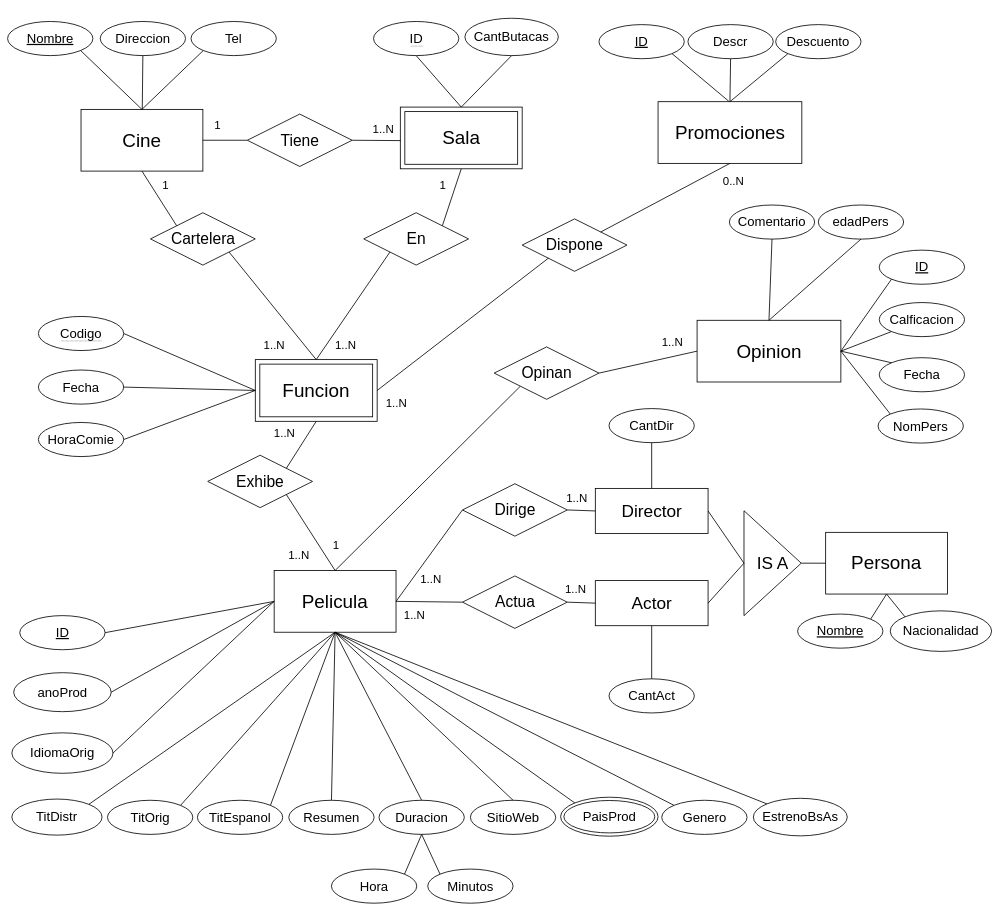
The draw.io diagram Diagramm.drawio in AlvaroDebernardi/FinalBD, before the edit. Source tidied: cells renumbered, new cells numbered last; positions are measured from the earlier drawing's top-left corner, leaving out a move shared by most shapes. Both pictures are drawn from the tidied source at 41%, with x=0, y=0 at pixel (7, 18).
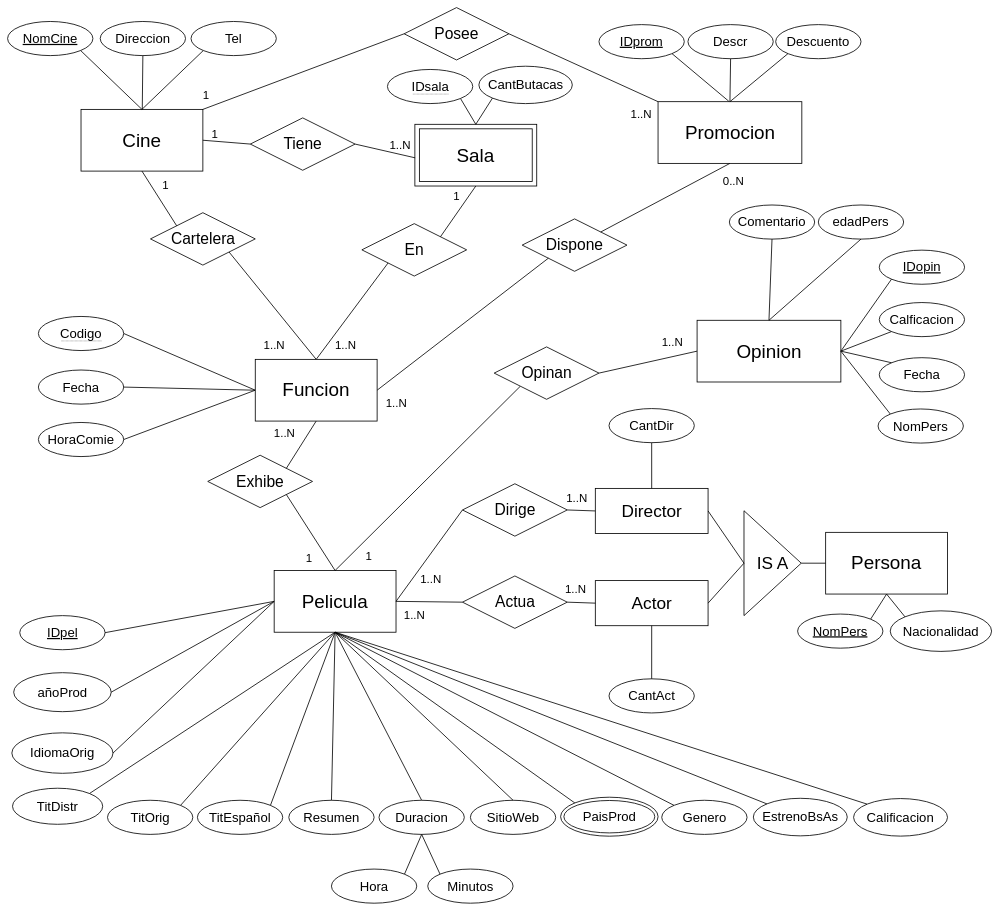
Above is the later version.

Unchanged cells that the change refers to:
```xml
<mxCell id="3" value="&lt;font&gt;Pelicula&lt;/font&gt;" style="rounded=0;whiteSpace=wrap;html=1;fontColor=#000000;labelBackgroundColor=#FFFFFF;strokeColor=#000000;fillColor=#FFFFFF;fontSize=46;strokeWidth=2;" parent="1" vertex="1">
  <mxGeometry x="650.2" y="1347" width="297.2" height="150.5" as="geometry" />
</mxCell>
<mxCell id="22" value="&lt;font&gt;Cine&lt;/font&gt;" style="rounded=0;whiteSpace=wrap;html=1;fontColor=#000000;labelBackgroundColor=#FFFFFF;strokeColor=#000000;fillColor=#FFFFFF;fontSize=46;strokeWidth=2;" parent="1" vertex="1">
  <mxGeometry x="179.1" y="222.3" width="297.2" height="150.5" as="geometry" />
</mxCell>
```

What changed in the source:
```diff
@@
-    <mxCell id="8" value="&lt;font&gt;anoProd&lt;/font&gt;" style="ellipse;whiteSpace=wrap;html=1;fontSize=32;fontColor=#000000;labelBackgroundColor=#FFFFFF;strokeColor=#000000;fillColor=#FFFFFF;strokeWidth=2;" parent="1" vertex="1">
+    <mxCell id="8" value="&lt;font&gt;añoProd&lt;/font&gt;" style="ellipse;whiteSpace=wrap;html=1;fontSize=32;fontColor=#000000;labelBackgroundColor=#FFFFFF;strokeColor=#000000;fillColor=#FFFFFF;strokeWidth=2;" parent="1" vertex="1">
       <mxGeometry x="14.9" y="1596.2" width="237.8" height="95.1" as="geometry" />
     </mxCell>
-    <mxCell id="9" value="&lt;font&gt;TitEspanol&lt;/font&gt;" style="ellipse;whiteSpace=wrap;html=1;fontSize=32;fontColor=#000000;labelBackgroundColor=#FFFFFF;strokeColor=#000000;fillColor=#FFFFFF;strokeWidth=2;" parent="1" vertex="1">
+    <mxCell id="9" value="&lt;font&gt;TitEspañol&lt;/font&gt;" style="ellipse;whiteSpace=wrap;html=1;fontSize=32;fontColor=#000000;labelBackgroundColor=#FFFFFF;strokeColor=#000000;fillColor=#FFFFFF;strokeWidth=2;" parent="1" vertex="1">
       <mxGeometry x="463" y="1907.4" width="208.1" height="83.2" as="geometry" />
     </mxCell>
@@
-    <mxCell id="14" value="&lt;font&gt;ID&lt;/font&gt;" style="ellipse;whiteSpace=wrap;html=1;fontSize=32;fontColor=#000000;labelBackgroundColor=#FFFFFF;strokeColor=#000000;fillColor=#FFFFFF;fontStyle=4;strokeWidth=2;" parent="1" vertex="1">
+    <mxCell id="14" value="&lt;font&gt;IDpel&lt;/font&gt;" style="ellipse;whiteSpace=wrap;html=1;fontSize=32;fontColor=#000000;labelBackgroundColor=#FFFFFF;strokeColor=#000000;fillColor=#FFFFFF;fontStyle=4;strokeWidth=2;" parent="1" vertex="1">
       <mxGeometry x="29.7" y="1457" width="208.1" height="83.2" as="geometry" />
     </mxCell>
     <mxCell id="15" value="&lt;font&gt;TitDistr&lt;/font&gt;" style="ellipse;whiteSpace=wrap;html=1;fontSize=32;fontColor=#000000;labelBackgroundColor=#FFFFFF;strokeColor=#000000;fillColor=#FFFFFF;strokeWidth=2;" parent="1" vertex="1">
-      <mxGeometry x="10.4" y="1904.4" width="220" height="88" as="geometry" />
+      <mxGeometry x="12" y="1878" width="220" height="88" as="geometry" />
     </mxCell>
@@
-    <mxCell id="20" value="&lt;font&gt;&lt;u&gt;Nombre&lt;/u&gt;&lt;/font&gt;" style="ellipse;whiteSpace=wrap;html=1;fontSize=32;fontColor=#000000;labelBackgroundColor=#FFFFFF;strokeColor=#000000;fillColor=#FFFFFF;strokeWidth=2;" parent="1" vertex="1">
+    <mxCell id="20" value="&lt;font&gt;&lt;u&gt;NomPers&lt;/u&gt;&lt;/font&gt;" style="ellipse;whiteSpace=wrap;html=1;fontSize=32;fontColor=#000000;labelBackgroundColor=#FFFFFF;strokeColor=#000000;fillColor=#FFFFFF;strokeWidth=2;" parent="1" vertex="1">
       <mxGeometry x="1926.9" y="1453.2" width="208.1" height="83.2" as="geometry" />
     </mxCell>
@@
     <mxCell id="23" value="&lt;font&gt;Tiene&lt;/font&gt;" style="shape=rhombus;perimeter=rhombusPerimeter;whiteSpace=wrap;html=1;align=center;fontColor=#000000;labelBackgroundColor=#FFFFFF;fillColor=#FFFFFF;strokeColor=#000000;fontSize=38;strokeWidth=2;" parent="1" vertex="1">
-      <mxGeometry x="584.8" y="233.7" width="255.6" height="127.8" as="geometry" />
+      <mxGeometry x="592" y="243" width="255.6" height="127.8" as="geometry" />
     </mxCell>
@@
-    <mxCell id="26" value="&lt;font&gt;Promociones&lt;/font&gt;" style="rounded=0;whiteSpace=wrap;html=1;fontColor=#000000;labelBackgroundColor=#FFFFFF;strokeColor=#000000;fillColor=#FFFFFF;fontSize=46;strokeWidth=2;" parent="1" vertex="1">
+    <mxCell id="26" value="&lt;font&gt;Promocion&lt;/font&gt;" style="rounded=0;whiteSpace=wrap;html=1;fontColor=#000000;labelBackgroundColor=#FFFFFF;strokeColor=#000000;fillColor=#FFFFFF;fontSize=46;strokeWidth=2;" parent="1" vertex="1">
       <mxGeometry x="1586.5" y="203.5" width="350.7" height="150.5" as="geometry" />
     </mxCell>
@@
     <mxCell id="29" value="&lt;font&gt;CantButacas&lt;/font&gt;" style="ellipse;whiteSpace=wrap;html=1;fontSize=32;fontColor=#000000;labelBackgroundColor=#FFFFFF;strokeColor=#000000;fillColor=#FFFFFF;strokeWidth=2;" parent="1" vertex="1">
-      <mxGeometry x="1115.4" width="227.9" height="91.2" as="geometry" />
+      <mxGeometry x="1149.5" y="117" width="227.9" height="91.2" as="geometry" />
     </mxCell>
-    <mxCell id="30" value="Nombre" style="ellipse;whiteSpace=wrap;html=1;fontSize=32;fontColor=#000000;labelBackgroundColor=#FFFFFF;strokeColor=#000000;fillColor=#FFFFFF;fontStyle=4;strokeWidth=2;" parent="1" vertex="1">
+    <mxCell id="30" value="NomCine" style="ellipse;whiteSpace=wrap;html=1;fontSize=32;fontColor=#000000;labelBackgroundColor=#FFFFFF;strokeColor=#000000;fillColor=#FFFFFF;fontStyle=4;strokeWidth=2;" parent="1" vertex="1">
       <mxGeometry y="7.9" width="208.1" height="83.2" as="geometry" />
     </mxCell>
@@
     <mxCell id="32" value="&lt;font style=&quot;color: rgb(0, 0, 0);&quot;&gt;Sala&lt;/font&gt;" style="shape=ext;margin=8;double=1;whiteSpace=wrap;html=1;align=center;fillColor=#FFFFFF;strokeColor=#000000;fontColor=#000000;fontSize=46;strokeWidth=2;" parent="1" vertex="1">
-      <mxGeometry x="957.9" y="216.7" width="297.2" height="150.5" as="geometry" />
+      <mxGeometry x="993.4" y="258.7" width="297.2" height="150.5" as="geometry" />
     </mxCell>
@@
-    <mxCell id="40" value="&lt;font&gt;ID&lt;/font&gt;" style="ellipse;whiteSpace=wrap;html=1;fontSize=32;fontColor=#000000;labelBackgroundColor=#FFFFFF;strokeColor=#000000;fillColor=#FFFFFF;fontStyle=4;strokeWidth=2;" parent="1" vertex="1">
+    <mxCell id="40" value="&lt;font&gt;IDopin&lt;/font&gt;" style="ellipse;whiteSpace=wrap;html=1;fontSize=32;fontColor=#000000;labelBackgroundColor=#FFFFFF;strokeColor=#000000;fillColor=#FFFFFF;fontStyle=4;strokeWidth=2;" parent="1" vertex="1">
       <mxGeometry x="2126" y="565.6" width="208.1" height="83.2" as="geometry" />
     </mxCell>
@@
     <mxCell id="46" value="1..N" style="text;html=1;align=center;verticalAlign=middle;strokeColor=none;fillColor=none;fontColor=#000000;fontSize=28;strokeWidth=2;" parent="1" vertex="1">
-      <mxGeometry x="881.5" y="247" width="68" height="46" as="geometry" />
+      <mxGeometry x="923" y="287" width="68" height="46" as="geometry" />
     </mxCell>
     <mxCell id="47" value="1" style="text;html=1;align=center;verticalAlign=middle;strokeColor=none;fillColor=none;fontColor=#000000;fontSize=28;strokeWidth=2;" parent="1" vertex="1">
-      <mxGeometry x="495" y="237" width="34" height="46" as="geometry" />
+      <mxGeometry x="488.2" y="258.7" width="34" height="46" as="geometry" />
     </mxCell>
@@
     <mxCell id="58" value="En" style="shape=rhombus;perimeter=rhombusPerimeter;whiteSpace=wrap;html=1;align=center;fontColor=#000000;labelBackgroundColor=#FFFFFF;fillColor=#FFFFFF;strokeColor=#000000;fontSize=38;strokeWidth=2;" parent="1" vertex="1">
-      <mxGeometry x="868.7" y="474.3" width="255.6" height="127.8" as="geometry" />
+      <mxGeometry x="864.1" y="501" width="255.6" height="127.8" as="geometry" />
     </mxCell>
@@
-    <mxCell id="60" value="&lt;font style=&quot;color: rgb(0, 0, 0);&quot;&gt;Funcion&lt;/font&gt;" style="shape=ext;margin=8;double=1;whiteSpace=wrap;html=1;align=center;fillColor=#FFFFFF;strokeColor=#000000;fontColor=#000000;fontSize=46;strokeWidth=2;" parent="1" vertex="1">
-      <mxGeometry x="604.2" y="832.6" width="297.2" height="150.5" as="geometry" />
-    </mxCell>
@@
     <mxCell id="68" value="1" style="text;html=1;align=center;verticalAlign=middle;strokeColor=none;fillColor=none;fontColor=#000000;fontSize=28;strokeWidth=2;" parent="1" vertex="1">
-      <mxGeometry x="1044" y="383" width="34" height="46" as="geometry" />
+      <mxGeometry x="1078" y="412" width="34" height="46" as="geometry" />
     </mxCell>
@@
-    <mxCell id="70" value="1..N" style="text;html=1;align=center;verticalAlign=middle;strokeColor=none;fillColor=none;fontColor=#000000;fontSize=28;strokeWidth=2;" parent="1" vertex="1">
-      <mxGeometry x="675.9" y="1287" width="68" height="46" as="geometry" />
-    </mxCell>
@@
     <mxCell id="80" value="1" style="text;html=1;align=center;verticalAlign=middle;strokeColor=none;fillColor=none;fontColor=#000000;fontSize=28;strokeWidth=2;" parent="1" vertex="1">
-      <mxGeometry x="784" y="1262" width="34" height="46" as="geometry" />
+      <mxGeometry x="864.1" y="1290" width="34" height="46" as="geometry" />
     </mxCell>
@@
-    <mxCell id="106" style="endArrow=none;html=1;rounded=0;strokeColor=#000000;entryX=0.5;entryY=0;entryDx=0;entryDy=0;exitX=0.5;exitY=1;exitDx=0;exitDy=0;strokeWidth=2;" parent="1" edge="1" source="116" target="32">
+    <mxCell id="106" style="endArrow=none;html=1;rounded=0;strokeColor=#000000;entryX=0.5;entryY=0;entryDx=0;entryDy=0;exitX=1;exitY=1;exitDx=0;exitDy=0;strokeWidth=2;" parent="1" edge="1" source="116" target="32">
       <mxGeometry relative="1" as="geometry" />
     </mxCell>
-    <mxCell id="107" style="endArrow=none;html=1;rounded=0;strokeColor=#000000;entryX=0.5;entryY=0;entryDx=0;entryDy=0;exitX=0.5;exitY=1;exitDx=0;exitDy=0;strokeWidth=2;" parent="1" edge="1" source="29" target="32">
+    <mxCell id="107" style="endArrow=none;html=1;rounded=0;strokeColor=#000000;entryX=0.5;entryY=0;entryDx=0;entryDy=0;exitX=0;exitY=1;exitDx=0;exitDy=0;strokeWidth=2;" parent="1" edge="1" source="29" target="32">
       <mxGeometry relative="1" as="geometry" />
     </mxCell>
@@
-    <mxCell id="116" value="&lt;span style=&quot;border-bottom: 1px dotted&quot;&gt;ID&lt;/span&gt;" style="ellipse;html=1;align=center;labelBackgroundColor=#FFFFFF;fontColor=#000000;fillColor=#FFFFFF;strokeColor=#000000;fontSize=32;strokeWidth=2;fixDash=0;whiteSpace=wrap;noLabel=0;" parent="1" vertex="1">
-      <mxGeometry x="892.5" y="7.9" width="208.1" height="83.2" as="geometry" />
+    <mxCell id="116" value="&lt;span style=&quot;border-bottom: 1px dotted&quot;&gt;IDsala&lt;/span&gt;" style="ellipse;html=1;align=center;labelBackgroundColor=#FFFFFF;fontColor=#000000;fillColor=#FFFFFF;strokeColor=#000000;fontSize=32;strokeWidth=2;fixDash=0;whiteSpace=wrap;noLabel=0;" parent="1" vertex="1">
+      <mxGeometry x="926.5" y="124.9" width="208.1" height="83.2" as="geometry" />
     </mxCell>
@@
-    <mxCell id="122" value="&lt;font&gt;ID&lt;/font&gt;" style="ellipse;whiteSpace=wrap;html=1;fontSize=32;fontColor=#000000;labelBackgroundColor=#FFFFFF;strokeColor=#000000;fillColor=#FFFFFF;fontStyle=4;strokeWidth=2;" parent="1" vertex="1">
+    <mxCell id="122" value="&lt;font&gt;IDprom&lt;/font&gt;" style="ellipse;whiteSpace=wrap;html=1;fontSize=32;fontColor=#000000;labelBackgroundColor=#FFFFFF;strokeColor=#000000;fillColor=#FFFFFF;fontStyle=4;strokeWidth=2;" parent="1" vertex="1">
       <mxGeometry x="1442.4" y="15.5" width="208.1" height="83.2" as="geometry" />
     </mxCell>
@@
+    <mxCell id="125" value="&lt;font&gt;Calificacion&lt;/font&gt;" style="ellipse;whiteSpace=wrap;html=1;fontSize=32;fontColor=#000000;labelBackgroundColor=#FFFFFF;strokeColor=#000000;fillColor=#FFFFFF;strokeWidth=2;" parent="1" vertex="1">
+      <mxGeometry x="2063.4" y="1903.2" width="229.1" height="91.6" as="geometry" />
+    </mxCell>
+    <mxCell id="126" style="endArrow=none;html=1;rounded=0;strokeColor=#000000;strokeWidth=2;exitX=0;exitY=0;exitDx=0;exitDy=0;entryX=0.5;entryY=1;entryDx=0;entryDy=0;" parent="1" edge="1" source="125" target="3">
+      <mxGeometry relative="1" as="geometry" />
+    </mxCell>
+    <mxCell id="60" value="&lt;font&gt;Funcion&lt;/font&gt;" style="rounded=0;whiteSpace=wrap;html=1;fontColor=#000000;labelBackgroundColor=#FFFFFF;strokeColor=#000000;fillColor=#FFFFFF;fontSize=46;strokeWidth=2;" parent="1" vertex="1">
+      <mxGeometry x="604.1" y="832" width="297.2" height="150.5" as="geometry" />
+    </mxCell>
+    <mxCell id="127" value="Posee" style="shape=rhombus;perimeter=rhombusPerimeter;whiteSpace=wrap;html=1;align=center;fontColor=#000000;labelBackgroundColor=#FFFFFF;fillColor=#FFFFFF;strokeColor=#000000;fontSize=38;strokeWidth=2;" parent="1" vertex="1">
+      <mxGeometry x="967.2" y="-26" width="255.6" height="127.8" as="geometry" />
+    </mxCell>
+    <mxCell id="128" style="endArrow=none;html=1;rounded=0;strokeColor=#000000;entryX=1;entryY=0;entryDx=0;entryDy=0;exitX=0;exitY=0.5;exitDx=0;exitDy=0;strokeWidth=2;" parent="1" edge="1" source="127" target="22">
+      <mxGeometry relative="1" as="geometry" />
+    </mxCell>
+    <mxCell id="129" style="endArrow=none;html=1;rounded=0;strokeColor=#000000;entryX=0;entryY=0;entryDx=0;entryDy=0;strokeWidth=2;exitX=1;exitY=0.5;exitDx=0;exitDy=0;" parent="1" edge="1" source="127" target="26">
+      <mxGeometry relative="1" as="geometry" />
+    </mxCell>
+    <mxCell id="130" value="1" style="text;html=1;align=center;verticalAlign=middle;strokeColor=none;fillColor=none;fontColor=#000000;fontSize=28;strokeWidth=2;" parent="1" vertex="1">
+      <mxGeometry x="467" y="164" width="34" height="46" as="geometry" />
+    </mxCell>
+    <mxCell id="70" value="1..N" style="text;html=1;align=center;verticalAlign=middle;strokeColor=none;fillColor=none;fontColor=#000000;fontSize=28;strokeWidth=2;" parent="1" vertex="1">
+      <mxGeometry x="1510.8" y="210" width="68" height="46" as="geometry" />
+    </mxCell>
+    <mxCell id="131" value="1" style="text;html=1;align=center;verticalAlign=middle;strokeColor=none;fillColor=none;fontColor=#000000;fontSize=28;strokeWidth=2;" parent="1" vertex="1">
+      <mxGeometry x="718" y="1294" width="34" height="46" as="geometry" />
+    </mxCell>
```
